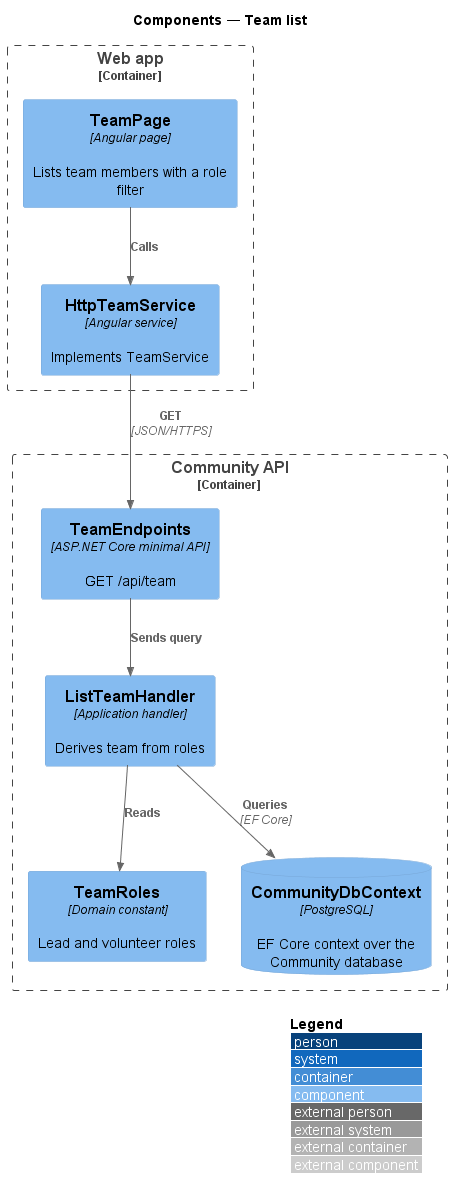
Earlier version of the PlantUML export docs/detailed-designs/team/team-list/diagrams/c4-component.png (QuinntyneBrown/faithtech-community). Source of this version:
```plantuml
@startuml
!include <C4/C4_Component>
LAYOUT_WITH_LEGEND()
title Components — Team list
Container_Boundary(web, "Web app") {
  Component(page, "TeamPage", "Angular page", "Lists team members with a role filter")
  Component(svc, "HttpTeamService", "Angular service", "Implements TeamService")
}
Container_Boundary(api, "Community API") {
  Component(ep, "TeamEndpoints", "ASP.NET Core minimal API", "GET /api/team")
  Component(h, "ListTeamHandler", "Application handler", "Derives team from roles")
  Component(roles, "TeamRoles", "Domain constant", "Lead and volunteer roles")
  ComponentDb(db, "CommunityDbContext", "PostgreSQL", "EF Core context over the Community database")
}
Rel(page, svc, "Calls")
Rel(svc, ep, "GET", "JSON/HTTPS")
Rel(ep, h, "Sends query")
Rel(h, roles, "Reads")
Rel(h, db, "Queries", "EF Core")
@enduml
```
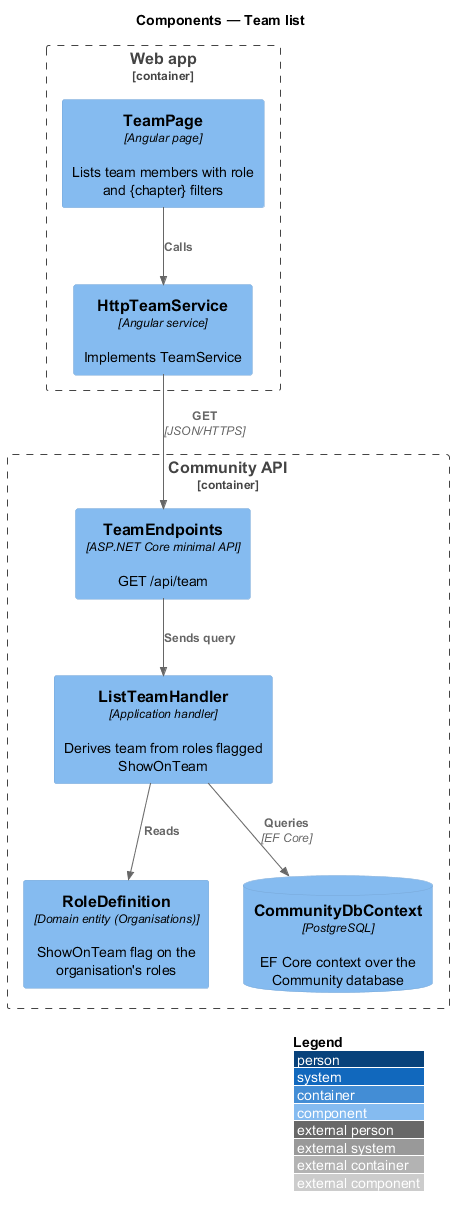
Above is the later version.

The edit, as a diff of the source:
```diff
@@ -3,13 +3,13 @@
 LAYOUT_WITH_LEGEND()
 title Components — Team list
 Container_Boundary(web, "Web app") {
-  Component(page, "TeamPage", "Angular page", "Lists team members with a role filter")
+  Component(page, "TeamPage", "Angular page", "Lists team members with role and {chapter} filters")
   Component(svc, "HttpTeamService", "Angular service", "Implements TeamService")
 }
 Container_Boundary(api, "Community API") {
   Component(ep, "TeamEndpoints", "ASP.NET Core minimal API", "GET /api/team")
-  Component(h, "ListTeamHandler", "Application handler", "Derives team from roles")
-  Component(roles, "TeamRoles", "Domain constant", "Lead and volunteer roles")
+  Component(h, "ListTeamHandler", "Application handler", "Derives team from roles flagged ShowOnTeam")
+  Component(roles, "RoleDefinition", "Domain entity (Organisations)", "ShowOnTeam flag on the organisation's roles")
   ComponentDb(db, "CommunityDbContext", "PostgreSQL", "EF Core context over the Community database")
 }
 Rel(page, svc, "Calls")
```
